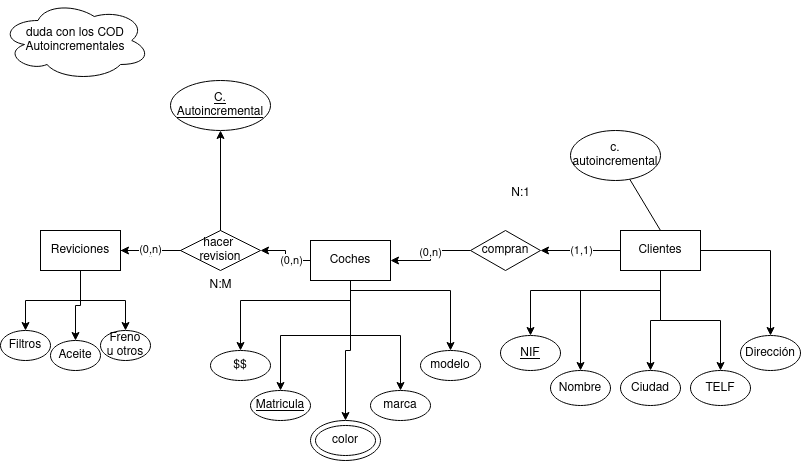
Before: Ejercicios/images/Diagrama_BAE_E3.drawio.png, a diagram exported from draw.io (adogonz23/BAE). Source tidied: cells renumbered, new cells last; positions are measured from the earlier drawing's top-left corner, leaving out a move shared by most shapes.
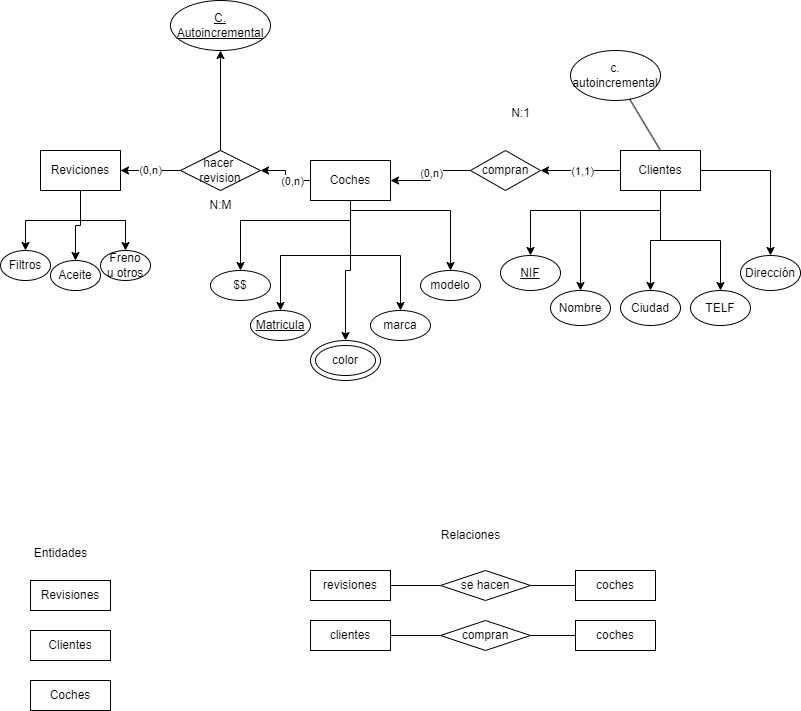
Later version of the same file.

Diff of the diagram source:
```diff
@@ -151,9 +151,6 @@
     <mxCell id="44" value="Dirección" style="ellipse;whiteSpace=wrap;html=1;" parent="1" vertex="1">
       <mxGeometry x="740" y="335" width="60" height="35" as="geometry" />
     </mxCell>
-    <mxCell id="45" value="duda con los COD&lt;br&gt;Autoincrementales" style="ellipse;shape=cloud;whiteSpace=wrap;html=1;" parent="1" vertex="1">
-      <mxGeometry width="150" height="80" as="geometry" />
-    </mxCell>
     <mxCell id="46" value="c. autoincremental" style="ellipse;whiteSpace=wrap;html=1;" parent="1" vertex="1">
       <mxGeometry x="570" y="130" width="90" height="50" as="geometry" />
     </mxCell>
@@ -168,5 +165,50 @@
     <mxCell id="49" value="N:1" style="text;html=1;align=center;verticalAlign=middle;strokeColor=none;fillColor=none;" parent="1" vertex="1">
       <mxGeometry x="500" y="178" width="40" height="30" as="geometry" />
     </mxCell>
+    <mxCell id="50" value="Revisiones" style="rounded=0;whiteSpace=wrap;html=1;" parent="1" vertex="1">
+      <mxGeometry x="30" y="660" width="80" height="30" as="geometry" />
+    </mxCell>
+    <mxCell id="51" value="Clientes" style="rounded=0;whiteSpace=wrap;html=1;" parent="1" vertex="1">
+      <mxGeometry x="30" y="710" width="80" height="30" as="geometry" />
+    </mxCell>
+    <mxCell id="52" value="Coches" style="rounded=0;whiteSpace=wrap;html=1;" parent="1" vertex="1">
+      <mxGeometry x="30" y="760" width="80" height="30" as="geometry" />
+    </mxCell>
+    <mxCell id="53" value="Entidades" style="text;html=1;align=center;verticalAlign=middle;strokeColor=none;fillColor=none;" parent="1" vertex="1">
+      <mxGeometry x="20" y="618" width="80" height="30" as="geometry" />
+    </mxCell>
+    <mxCell id="54" value="Relaciones" style="text;html=1;align=center;verticalAlign=middle;strokeColor=none;fillColor=none;" parent="1" vertex="1">
+      <mxGeometry x="430" y="600" width="80" height="30" as="geometry" />
+    </mxCell>
+    <mxCell id="55" value="coches" style="rounded=0;whiteSpace=wrap;html=1;" parent="1" vertex="1">
+      <mxGeometry x="575" y="650" width="80" height="30" as="geometry" />
+    </mxCell>
+    <mxCell id="56" value="revisiones" style="rounded=0;whiteSpace=wrap;html=1;" parent="1" vertex="1">
+      <mxGeometry x="310" y="650" width="80" height="30" as="geometry" />
+    </mxCell>
+    <mxCell id="57" value="coches" style="rounded=0;whiteSpace=wrap;html=1;" parent="1" vertex="1">
+      <mxGeometry x="575" y="700" width="80" height="30" as="geometry" />
+    </mxCell>
+    <mxCell id="58" value="clientes" style="rounded=0;whiteSpace=wrap;html=1;" parent="1" vertex="1">
+      <mxGeometry x="310" y="700" width="80" height="30" as="geometry" />
+    </mxCell>
+    <mxCell id="59" value="se hacen" style="rhombus;whiteSpace=wrap;html=1;" parent="1" vertex="1">
+      <mxGeometry x="440" y="650" width="90" height="30" as="geometry" />
+    </mxCell>
+    <mxCell id="60" value="compran" style="rhombus;whiteSpace=wrap;html=1;" parent="1" vertex="1">
+      <mxGeometry x="440" y="700" width="90" height="30" as="geometry" />
+    </mxCell>
+    <mxCell id="61" style="endArrow=none;html=1;rounded=0;exitX=1;exitY=0.5;exitDx=0;exitDy=0;entryX=0;entryY=0.5;entryDx=0;entryDy=0;" parent="1" edge="1" source="56" target="59">
+      <mxGeometry relative="1" as="geometry" />
+    </mxCell>
+    <mxCell id="62" style="endArrow=none;html=1;rounded=0;exitX=1;exitY=0.5;exitDx=0;exitDy=0;entryX=0;entryY=0.5;entryDx=0;entryDy=0;" parent="1" edge="1" source="59" target="55">
+      <mxGeometry relative="1" as="geometry" />
+    </mxCell>
+    <mxCell id="63" style="endArrow=none;html=1;rounded=0;exitX=1;exitY=0.5;exitDx=0;exitDy=0;entryX=0;entryY=0.5;entryDx=0;entryDy=0;" parent="1" edge="1" source="58" target="60">
+      <mxGeometry relative="1" as="geometry" />
+    </mxCell>
+    <mxCell id="64" style="endArrow=none;html=1;rounded=0;exitX=1;exitY=0.5;exitDx=0;exitDy=0;entryX=0;entryY=0.5;entryDx=0;entryDy=0;" parent="1" edge="1" source="60" target="57">
+      <mxGeometry relative="1" as="geometry" />
+    </mxCell>
   </root>
 </mxGraphModel>
```
